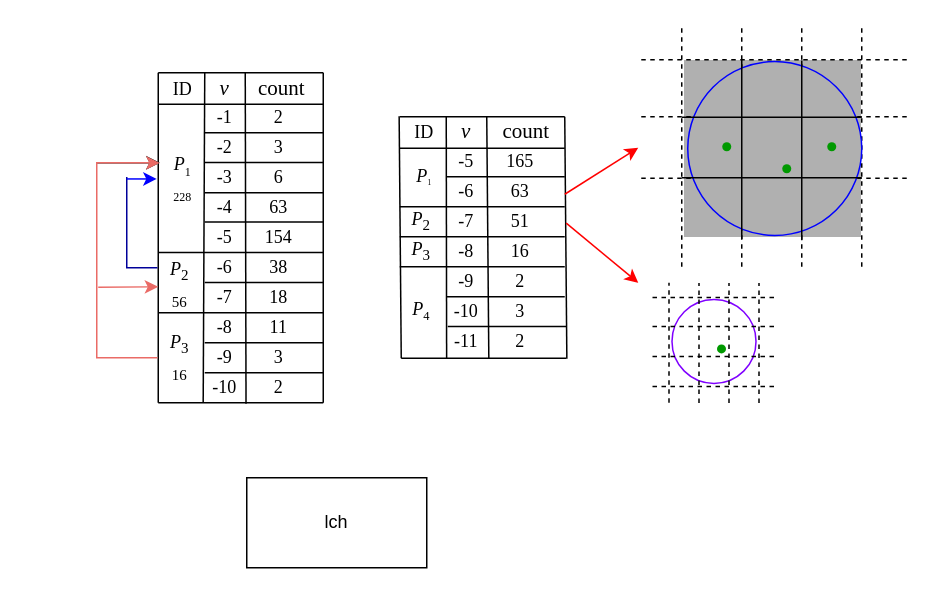
Earlier version of the draw.io diagram Untitled Diagram.drawio (lichunhong-learn/graph). Source tidied: cells renumbered, new cells numbered last; positions are measured from the earlier drawing's top-left corner, leaving out a move shared by most shapes. Both pictures are drawn from the tidied source at 150%, with x=0, y=0 at pixel (36, 26).
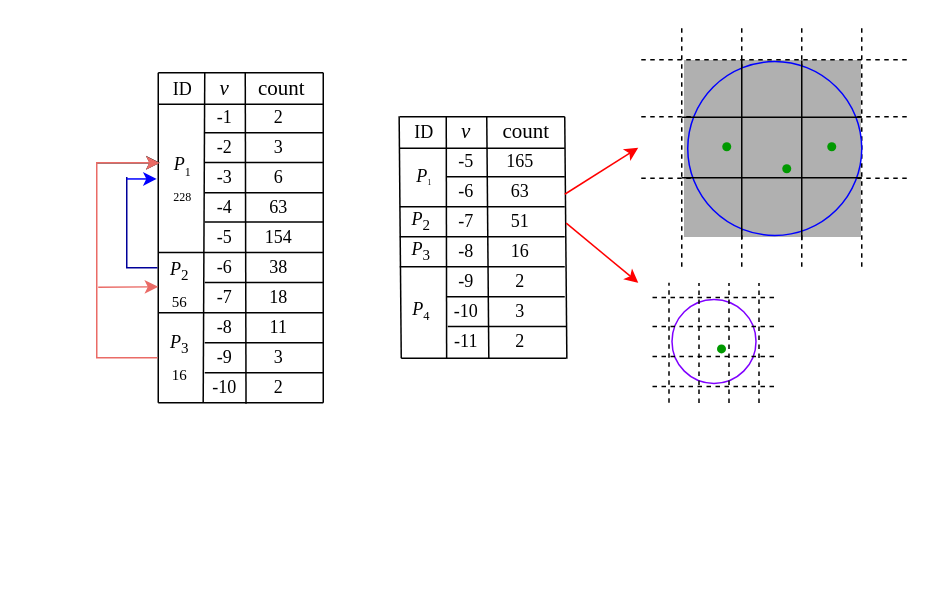
After the change.

Change to the diagram source:
```diff
@@
-    <mxCell id="114" value="lch" style="whiteSpace=wrap;html=1;" parent="1" vertex="1">
-      <mxGeometry x="140" y="301" width="120" height="60" as="geometry" />
-    </mxCell>
```
